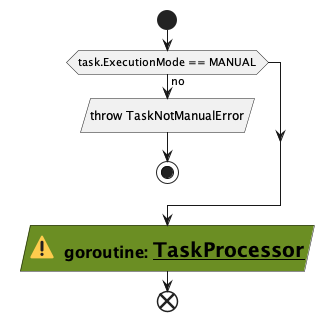
Above: thesis/part/Proyecto_ejecutivo/memoria_descriptiva/descripcionDelProyecto/manager/uml/1-executeTaskManual.png in Enrikerf/pfm (PlantUML), before the change. Its diagram source:
```plantuml
@startuml

start

if (task.ExecutionMode == MANUAL) then (no)
  :throw TaskNotManualError/
  stop
endif
#OliveDrab:= <:warning:>  goroutine: __TaskProcessor__ /


end
@enduml
```
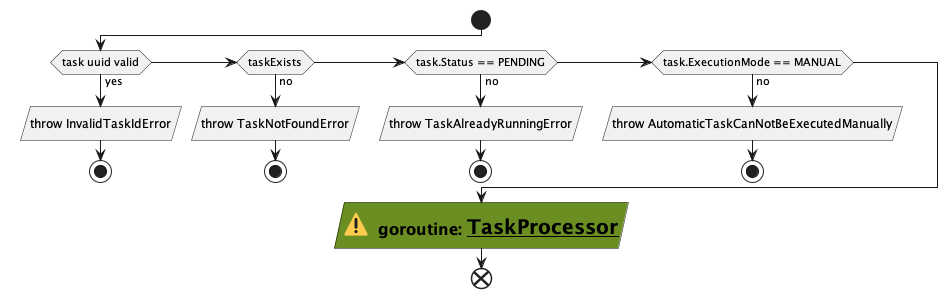
After the commit.

Diff of the diagram source:
```diff
@@ -1,13 +1,22 @@
 @startuml
 
 start
+if (task uuid valid) then (yes)
+  :throw InvalidTaskIdError/
+  stop
+elseif (taskExists) then (no)
+  :throw TaskNotFoundError/
+  stop
+elseif (task.Status == PENDING) then (no)
+  :throw TaskAlreadyRunningError/
+  stop
+elseif (task.ExecutionMode == MANUAL) then (no)
+  :throw AutomaticTaskCanNotBeExecutedManually/
+  stop
+else ()
+endif
 
-if (task.ExecutionMode == MANUAL) then (no)
-  :throw TaskNotManualError/
-  stop
-endif
 #OliveDrab:= <:warning:>  goroutine: __TaskProcessor__ /
-
 
 end
 @enduml
```
